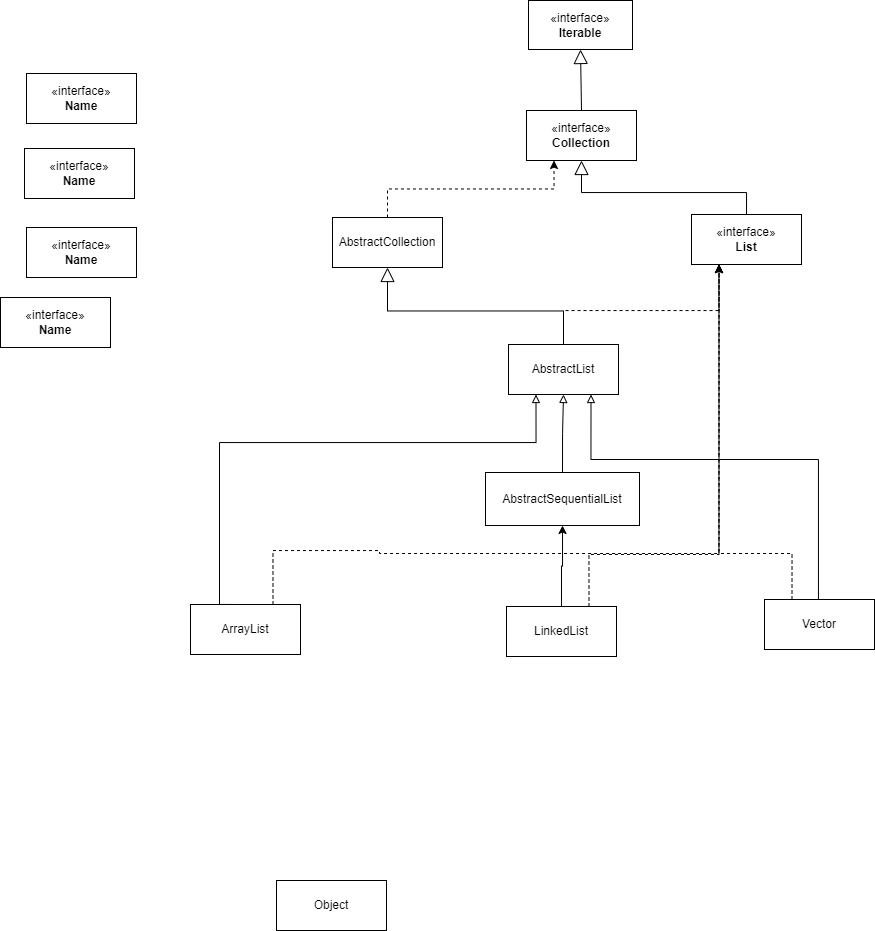
Earlier version of the draw.io export Java/Collection/Collection类图.drawio.png (wjb0823/drawio). Source tidied: cells renumbered, new cells last; positions are measured from the earlier drawing's top-left corner, leaving out a move shared by most shapes.
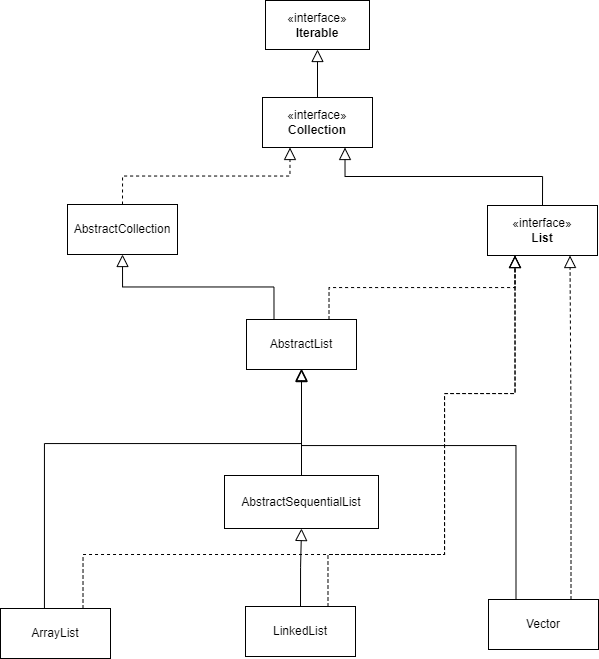
After the commit.

Change to the diagram source:
```diff
@@ -2,116 +2,94 @@
   <root>
     <mxCell id="0" />
     <mxCell id="1" parent="0" />
-    <mxCell id="2" style="edgeStyle=orthogonalEdgeStyle;rounded=0;jettySize=auto;html=1;entryX=0.25;entryY=1;entryDx=0;entryDy=0;exitX=0.5;exitY=0;exitDx=0;exitDy=0;dashed=1;" parent="1" edge="1" source="3" target="22">
+    <mxCell id="2" style="edgeStyle=orthogonalEdgeStyle;rounded=0;jettySize=auto;html=1;entryX=0.25;entryY=1;entryDx=0;entryDy=0;exitX=0.5;exitY=0;exitDx=0;exitDy=0;dashed=1;endArrow=block;endFill=0;endSize=10;" parent="1" edge="1" source="3" target="22">
       <mxGeometry relative="1" as="geometry" />
     </mxCell>
     <mxCell id="3" value="AbstractCollection" style="html=1;whiteSpace=wrap;" parent="1" vertex="1">
-      <mxGeometry x="332" y="217" width="110" height="50" as="geometry" />
+      <mxGeometry x="330" y="204" width="110" height="50" as="geometry" />
     </mxCell>
     <mxCell id="4" value="«interface»&lt;br&gt;&lt;b&gt;Iterable&lt;/b&gt;" style="html=1;whiteSpace=wrap;" parent="1" vertex="1">
       <mxGeometry x="528" width="104" height="49" as="geometry" />
     </mxCell>
-    <mxCell id="5" style="edgeStyle=orthogonalEdgeStyle;rounded=0;jettySize=auto;html=1;exitX=0.5;exitY=0;exitDx=0;exitDy=0;entryX=0.5;entryY=1;entryDx=0;entryDy=0;endArrow=block;endFill=0;endSize=12;" parent="1" edge="1" source="27" target="3">
+    <mxCell id="5" style="edgeStyle=orthogonalEdgeStyle;rounded=0;jettySize=auto;html=1;exitX=0.25;exitY=0;exitDx=0;exitDy=0;entryX=0.5;entryY=1;entryDx=0;entryDy=0;endArrow=block;endFill=0;endSize=10;" parent="1" edge="1" source="27" target="3">
       <mxGeometry relative="1" as="geometry" />
     </mxCell>
-    <mxCell id="6" style="edgeStyle=orthogonalEdgeStyle;rounded=0;jettySize=auto;html=1;exitX=0.5;exitY=0;exitDx=0;exitDy=0;entryX=0.5;entryY=1;entryDx=0;entryDy=0;" parent="1" edge="1" source="8" target="10">
+    <mxCell id="6" style="edgeStyle=orthogonalEdgeStyle;rounded=0;jettySize=auto;html=1;exitX=0.5;exitY=0;exitDx=0;exitDy=0;entryX=0.5;entryY=1;entryDx=0;entryDy=0;endArrow=block;endFill=0;endSize=10;" parent="1" edge="1" source="8" target="10">
       <mxGeometry relative="1" as="geometry" />
     </mxCell>
-    <mxCell id="7" style="edgeStyle=orthogonalEdgeStyle;rounded=0;jettySize=auto;html=1;entryX=0.25;entryY=1;entryDx=0;entryDy=0;dashed=1;exitX=0.75;exitY=0;exitDx=0;exitDy=0;" parent="1" edge="1" source="8" target="20">
+    <mxCell id="7" style="edgeStyle=orthogonalEdgeStyle;rounded=0;jettySize=auto;html=1;entryX=0.25;entryY=1;entryDx=0;entryDy=0;dashed=1;exitX=0.75;exitY=0;exitDx=0;exitDy=0;endArrow=block;endFill=0;endSize=10;" parent="1" edge="1" source="8" target="20">
       <mxGeometry relative="1" as="geometry">
         <Array as="points">
-          <mxPoint x="588" y="554" />
-          <mxPoint x="718" y="554" />
+          <mxPoint x="590" y="554" />
+          <mxPoint x="707" y="554" />
+          <mxPoint x="707" y="393" />
+          <mxPoint x="778" y="393" />
         </Array>
       </mxGeometry>
     </mxCell>
     <mxCell id="8" value="LinkedList" style="html=1;whiteSpace=wrap;" parent="1" vertex="1">
-      <mxGeometry x="506" y="606" width="110" height="50" as="geometry" />
+      <mxGeometry x="508" y="606" width="110" height="50" as="geometry" />
     </mxCell>
-    <mxCell id="9" style="edgeStyle=orthogonalEdgeStyle;rounded=0;jettySize=auto;html=1;exitX=0.5;exitY=0;exitDx=0;exitDy=0;entryX=0.5;entryY=1;entryDx=0;entryDy=0;endArrow=block;endFill=0;" parent="1" edge="1" source="10" target="27">
+    <mxCell id="9" style="edgeStyle=orthogonalEdgeStyle;rounded=0;jettySize=auto;html=1;exitX=0.5;exitY=0;exitDx=0;exitDy=0;entryX=0.5;entryY=1;entryDx=0;entryDy=0;endArrow=block;endFill=0;endSize=10;" parent="1" edge="1" source="10" target="27">
       <mxGeometry relative="1" as="geometry" />
     </mxCell>
     <mxCell id="10" value="AbstractSequentialList" style="html=1;whiteSpace=wrap;" parent="1" vertex="1">
-      <mxGeometry x="485" y="472" width="154" height="53" as="geometry" />
+      <mxGeometry x="487" y="475" width="154" height="53" as="geometry" />
     </mxCell>
-    <mxCell id="11" style="edgeStyle=orthogonalEdgeStyle;rounded=0;jettySize=auto;html=1;entryX=0.75;entryY=1;entryDx=0;entryDy=0;exitX=0.5;exitY=0;exitDx=0;exitDy=0;endArrow=block;endFill=0;" parent="1" edge="1" source="13" target="27">
-      <mxGeometry relative="1" as="geometry">
-        <Array as="points">
-          <mxPoint x="818" y="599" />
-          <mxPoint x="818" y="459" />
-          <mxPoint x="590" y="459" />
-        </Array>
-      </mxGeometry>
-    </mxCell>
-    <mxCell id="12" style="edgeStyle=orthogonalEdgeStyle;rounded=0;jettySize=auto;html=1;exitX=0.25;exitY=0;exitDx=0;exitDy=0;entryX=0.25;entryY=1;entryDx=0;entryDy=0;dashed=1;" parent="1" edge="1" source="13" target="20">
-      <mxGeometry relative="1" as="geometry">
-        <Array as="points">
-          <mxPoint x="792" y="553" />
-          <mxPoint x="718" y="553" />
-        </Array>
-      </mxGeometry>
+    <mxCell id="12" style="edgeStyle=orthogonalEdgeStyle;rounded=0;jettySize=auto;html=1;exitX=0.75;exitY=0;exitDx=0;exitDy=0;entryX=0.75;entryY=1;entryDx=0;entryDy=0;endArrow=block;endFill=0;endSize=10;dashed=1;" parent="1" edge="1" source="13" target="20">
+      <mxGeometry relative="1" as="geometry" />
     </mxCell>
+    <mxCell id="28" style="edgeStyle=orthogonalEdgeStyle;rounded=0;orthogonalLoop=1;jettySize=auto;html=1;exitX=0.25;exitY=0;exitDx=0;exitDy=0;entryX=0.5;entryY=1;entryDx=0;entryDy=0;endArrow=block;endFill=0;endSize=10;" parent="1" edge="1">
+      <mxGeometry relative="1" as="geometry">
+        <mxPoint x="778.5" y="598" as="sourcePoint" />
+        <mxPoint x="564" y="368" as="targetPoint" />
+        <Array as="points">
+          <mxPoint x="778" y="445" />
+          <mxPoint x="564" y="445" />
+        </Array>
+      </mxGeometry>
+    </mxCell>
     <mxCell id="13" value="Vector" style="html=1;whiteSpace=wrap;" parent="1" vertex="1">
-      <mxGeometry x="764" y="599" width="110" height="50" as="geometry" />
+      <mxGeometry x="751" y="599" width="110" height="50" as="geometry" />
     </mxCell>
-    <mxCell id="14" value="Object" style="html=1;whiteSpace=wrap;" parent="1" vertex="1">
-      <mxGeometry x="276" y="880" width="110" height="50" as="geometry" />
-    </mxCell>
-    <mxCell id="15" style="edgeStyle=orthogonalEdgeStyle;rounded=0;jettySize=auto;html=1;exitX=0.5;exitY=0;exitDx=0;exitDy=0;entryX=0.25;entryY=1;entryDx=0;entryDy=0;dashed=1;" parent="1" edge="1" source="27" target="20">
-      <mxGeometry relative="1" as="geometry">
-        <Array as="points">
-          <mxPoint x="563" y="310" />
-          <mxPoint x="718" y="310" />
-        </Array>
-      </mxGeometry>
-    </mxCell>
-    <mxCell id="16" style="edgeStyle=orthogonalEdgeStyle;rounded=0;jettySize=auto;html=1;entryX=0.25;entryY=1;entryDx=0;entryDy=0;exitX=0.5;exitY=0;exitDx=0;exitDy=0;endArrow=block;endFill=0;" parent="1" edge="1" source="18" target="27">
+    <mxCell id="16" style="edgeStyle=orthogonalEdgeStyle;rounded=0;jettySize=auto;html=1;entryX=0.5;entryY=1;entryDx=0;entryDy=0;endArrow=block;endFill=0;endSize=10;" parent="1" edge="1" source="18" target="27">
       <mxGeometry relative="1" as="geometry">
         <Array as="points">
-          <mxPoint x="219" y="442" />
-          <mxPoint x="536" y="442" />
+          <mxPoint x="307" y="443" />
+          <mxPoint x="564" y="443" />
         </Array>
       </mxGeometry>
     </mxCell>
-    <mxCell id="17" style="edgeStyle=orthogonalEdgeStyle;rounded=0;jettySize=auto;html=1;exitX=0.75;exitY=0;exitDx=0;exitDy=0;entryX=0.25;entryY=1;entryDx=0;entryDy=0;dashed=1;" parent="1" edge="1" source="18" target="20">
+    <mxCell id="17" style="edgeStyle=orthogonalEdgeStyle;rounded=0;jettySize=auto;html=1;exitX=0.75;exitY=0;exitDx=0;exitDy=0;entryX=0.25;entryY=1;entryDx=0;entryDy=0;dashed=1;endArrow=block;endFill=0;endSize=10;" parent="1" edge="1" source="18" target="20">
       <mxGeometry relative="1" as="geometry">
         <Array as="points">
-          <mxPoint x="272" y="550" />
-          <mxPoint x="379" y="550" />
-          <mxPoint x="379" y="553" />
-          <mxPoint x="718" y="553" />
+          <mxPoint x="346" y="554" />
+          <mxPoint x="707" y="554" />
+          <mxPoint x="707" y="393" />
+          <mxPoint x="778" y="393" />
         </Array>
       </mxGeometry>
     </mxCell>
     <mxCell id="18" value="ArrayList" style="html=1;whiteSpace=wrap;" parent="1" vertex="1">
-      <mxGeometry x="190" y="604" width="110" height="50" as="geometry" />
+      <mxGeometry x="263" y="608" width="110" height="50" as="geometry" />
     </mxCell>
-    <mxCell id="19" style="edgeStyle=orthogonalEdgeStyle;rounded=0;jettySize=auto;html=1;exitX=0.5;exitY=0;exitDx=0;exitDy=0;endArrow=block;endFill=0;endSize=12;" parent="1" edge="1" source="20" target="22">
+    <mxCell id="19" style="edgeStyle=orthogonalEdgeStyle;rounded=0;jettySize=auto;html=1;exitX=0.5;exitY=0;exitDx=0;exitDy=0;endArrow=block;endFill=0;endSize=10;entryX=0.75;entryY=1;entryDx=0;entryDy=0;" parent="1" edge="1" source="20" target="22">
       <mxGeometry relative="1" as="geometry" />
     </mxCell>
     <mxCell id="20" value="«interface»&lt;br&gt;&lt;b&gt;List&lt;/b&gt;" style="html=1;whiteSpace=wrap;" parent="1" vertex="1">
-      <mxGeometry x="691" y="214" width="110" height="50" as="geometry" />
+      <mxGeometry x="750" y="205" width="110" height="50" as="geometry" />
     </mxCell>
-    <mxCell id="21" value="&amp;laquo;interface&amp;raquo;&lt;br&gt;&lt;b&gt;Name&lt;/b&gt;" style="html=1;whiteSpace=wrap;" parent="1" vertex="1">
-      <mxGeometry x="26" y="227" width="110" height="50" as="geometry" />
-    </mxCell>
+    <mxCell id="26" style="edgeStyle=orthogonalEdgeStyle;rounded=0;jettySize=auto;html=1;exitX=0.5;exitY=0;exitDx=0;exitDy=0;entryX=0.5;entryY=1;entryDx=0;entryDy=0;endArrow=block;endFill=0;endSize=10;" parent="1" edge="1" source="22" target="4">
+      <mxGeometry relative="1" as="geometry" />
+    </mxCell>
     <mxCell id="22" value="«interface»&lt;br&gt;&lt;b&gt;Collection&lt;/b&gt;" style="html=1;whiteSpace=wrap;" parent="1" vertex="1">
-      <mxGeometry x="526" y="110" width="110" height="50" as="geometry" />
+      <mxGeometry x="525" y="97" width="110" height="50" as="geometry" />
     </mxCell>
-    <mxCell id="23" value="&amp;laquo;interface&amp;raquo;&lt;br&gt;&lt;b&gt;Name&lt;/b&gt;" style="html=1;whiteSpace=wrap;" parent="1" vertex="1">
-      <mxGeometry x="26" y="73" width="110" height="50" as="geometry" />
-    </mxCell>
-    <mxCell id="24" value="&amp;laquo;interface&amp;raquo;&lt;br&gt;&lt;b&gt;Name&lt;/b&gt;" style="html=1;whiteSpace=wrap;" parent="1" vertex="1">
-      <mxGeometry x="24" y="148" width="110" height="50" as="geometry" />
-    </mxCell>
-    <mxCell id="25" value="&amp;laquo;interface&amp;raquo;&lt;br&gt;&lt;b&gt;Name&lt;/b&gt;" style="html=1;whiteSpace=wrap;" parent="1" vertex="1">
-      <mxGeometry y="297" width="110" height="50" as="geometry" />
-    </mxCell>
-    <mxCell id="26" style="endArrow=block;endSize=12;endFill=0;html=1;rounded=0;exitX=0.5;exitY=0;exitDx=0;exitDy=0;entryX=0.5;entryY=1;entryDx=0;entryDy=0;" parent="1" edge="1" source="22" target="4">
-      <mxGeometry relative="1" as="geometry" />
-    </mxCell>
+    <mxCell id="15" style="edgeStyle=orthogonalEdgeStyle;rounded=0;jettySize=auto;html=1;exitX=0.75;exitY=0;exitDx=0;exitDy=0;entryX=0.25;entryY=1;entryDx=0;entryDy=0;dashed=1;endArrow=block;endFill=0;endSize=10;" parent="1" edge="1" source="27" target="20">
+      <mxGeometry relative="1" as="geometry" />
+    </mxCell>
     <mxCell id="27" value="AbstractList" style="html=1;whiteSpace=wrap;" parent="1" vertex="1">
-      <mxGeometry x="508" y="344" width="110" height="50" as="geometry" />
+      <mxGeometry x="509" y="319" width="110" height="50" as="geometry" />
     </mxCell>
   </root>
 </mxGraphModel>
```
